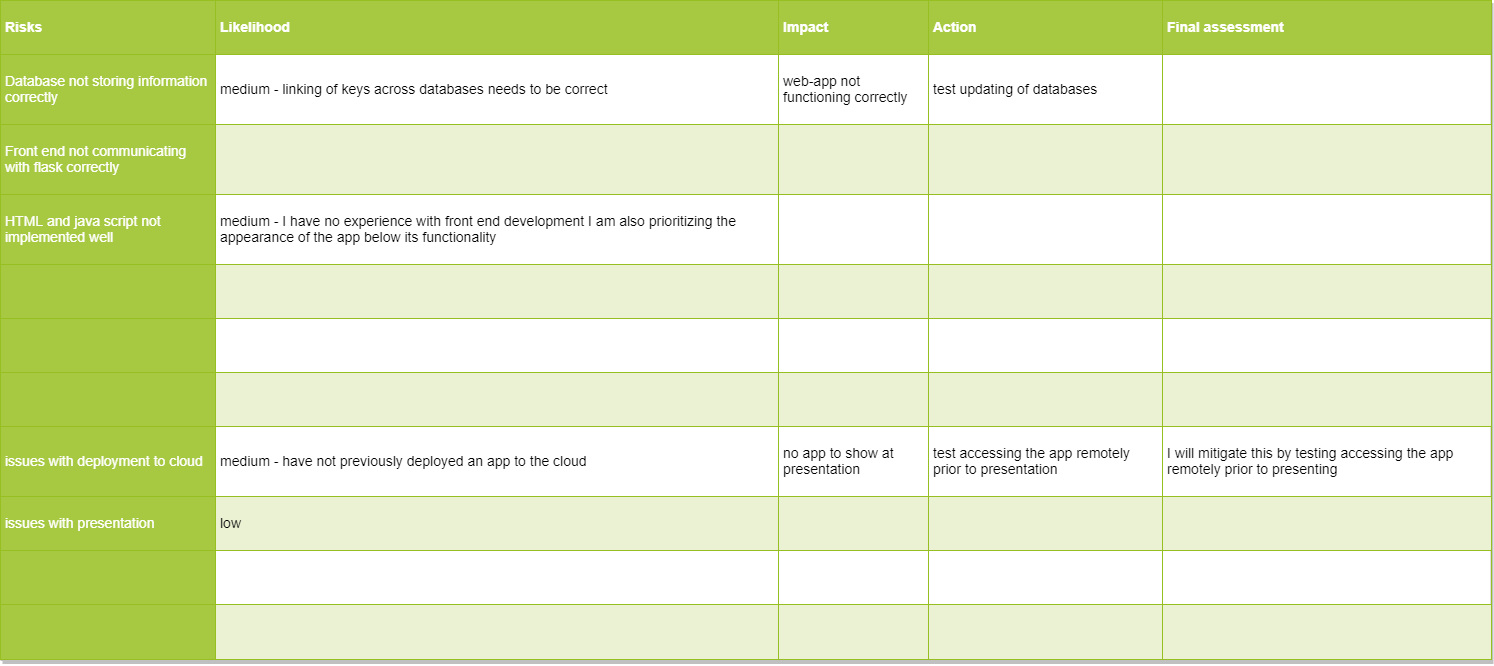
The draw.io diagram images/Risk_assesment.png in MattCrutchley/shoppinglist, before a commit. Source tidied: cells renumbered, new cells last; positions are measured from the earlier drawing's top-left corner, leaving out a move shared by most shapes.
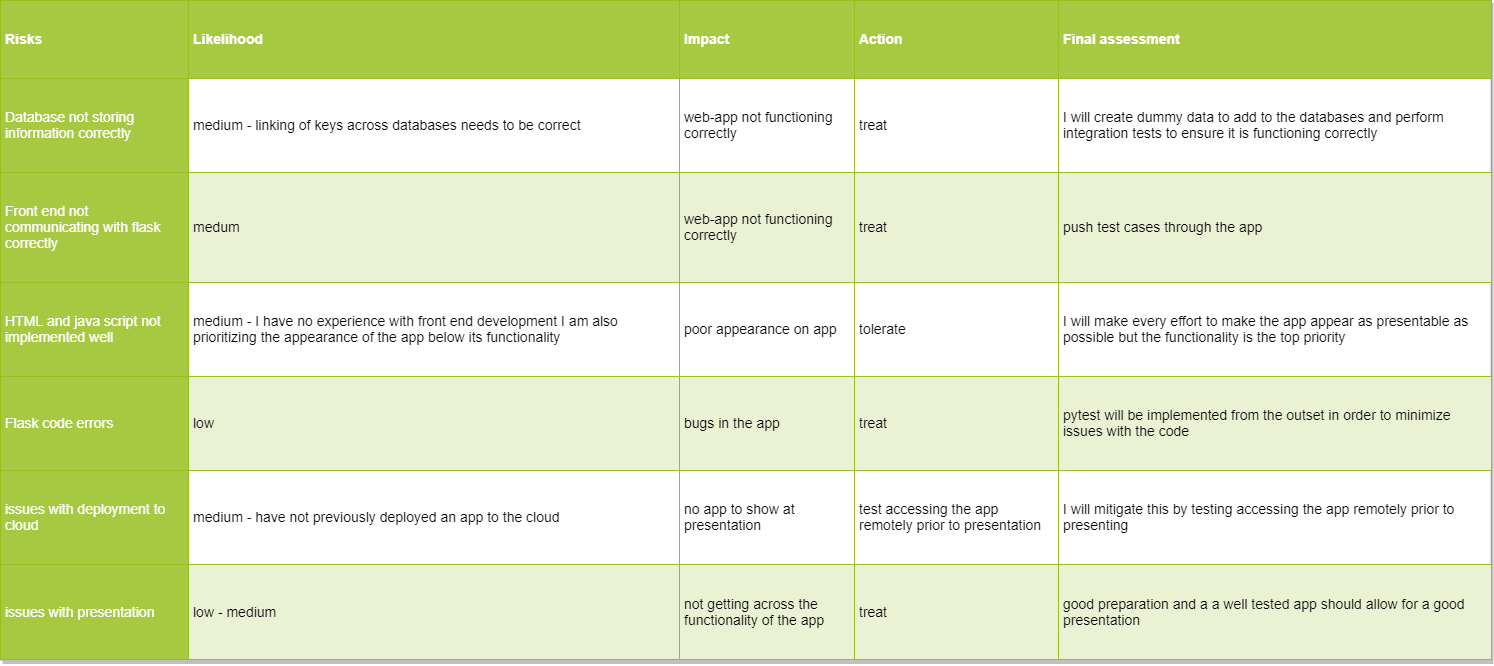
The same diagram one commit later.

Change to the diagram source:
```diff
@@ -2,7 +2,7 @@
   <root>
     <mxCell id="0" style="html=1;" />
     <mxCell id="1" style="html=1;" parent="0" />
-    <mxCell id="2" value="&lt;table border=&quot;1&quot; width=&quot;100%&quot; cellpadding=&quot;4&quot; style=&quot;width: 100% ; height: 100% ; border-collapse: collapse&quot; align=&quot;left&quot;&gt;&lt;tbody&gt;&lt;tr style=&quot;background-color: #a7c942 ; color: #ffffff ; border: 1px solid #98bf21&quot;&gt;&lt;th&gt;Risks&lt;/th&gt;&lt;th&gt;Likelihood&lt;/th&gt;&lt;th&gt;Impact&lt;/th&gt;&lt;th&gt;Action&lt;/th&gt;&lt;th&gt;Final assessment&lt;/th&gt;&lt;/tr&gt;&lt;tr style=&quot;border: 1px solid #98bf21&quot;&gt;&lt;td style=&quot;background-color: #a7c942 ; color: #ffffff ; border: 1px solid #98bf21&quot;&gt;Database not storing information correctly&lt;/td&gt;&lt;td&gt;medium - linking of keys across databases needs to be correct&lt;/td&gt;&lt;td&gt;web-app not functioning correctly&lt;/td&gt;&lt;td&gt;test updating of databases&lt;/td&gt;&lt;td&gt;&lt;br&gt;&lt;/td&gt;&lt;/tr&gt;&lt;tr style=&quot;background-color: #eaf2d3 ; border: 1px solid #98bf21&quot;&gt;&lt;td style=&quot;background-color: #a7c942 ; color: #ffffff ; border: 1px solid #98bf21&quot;&gt;Front end not communicating with flask correctly&lt;/td&gt;&lt;td&gt;&lt;/td&gt;&lt;td&gt;&lt;/td&gt;&lt;td&gt;&lt;br&gt;&lt;/td&gt;&lt;td&gt;&lt;br&gt;&lt;/td&gt;&lt;/tr&gt;&lt;tr style=&quot;border: 1px solid #98bf21&quot;&gt;&lt;td style=&quot;background-color: #a7c942 ; color: #ffffff ; border: 1px solid #98bf21&quot;&gt;HTML and java script not implemented well&lt;/td&gt;&lt;td&gt;medium - I have no experience with front end development I am also prioritizing the appearance of the app below its functionality&lt;/td&gt;&lt;td&gt;&lt;/td&gt;&lt;td&gt;&lt;br&gt;&lt;/td&gt;&lt;td&gt;&lt;br&gt;&lt;/td&gt;&lt;/tr&gt;&lt;tr style=&quot;background-color: #eaf2d3 ; border: 1px solid #98bf21&quot;&gt;&lt;td style=&quot;background-color: #a7c942 ; color: #ffffff ; border: 1px solid #98bf21&quot;&gt;&lt;br&gt;&lt;/td&gt;&lt;td&gt;&lt;/td&gt;&lt;td&gt;&lt;/td&gt;&lt;td&gt;&lt;br&gt;&lt;/td&gt;&lt;td&gt;&lt;br&gt;&lt;/td&gt;&lt;/tr&gt;&lt;tr style=&quot;border: 1px solid #98bf21&quot;&gt;&lt;td style=&quot;background-color: #a7c942 ; color: #ffffff ; border: 1px solid #98bf21&quot;&gt;&lt;br&gt;&lt;/td&gt;&lt;td&gt;&lt;br&gt;&lt;/td&gt;&lt;td&gt;&lt;br&gt;&lt;/td&gt;&lt;td&gt;&lt;br&gt;&lt;/td&gt;&lt;td&gt;&lt;br&gt;&lt;/td&gt;&lt;/tr&gt;&lt;tr style=&quot;background-color: #eaf2d3 ; border: 1px solid #98bf21&quot;&gt;&lt;td style=&quot;background-color: #a7c942 ; color: #ffffff ; border: 1px solid #98bf21&quot;&gt;&lt;br&gt;&lt;/td&gt;&lt;td&gt;&lt;br&gt;&lt;/td&gt;&lt;td&gt;&lt;br&gt;&lt;/td&gt;&lt;td&gt;&lt;br&gt;&lt;/td&gt;&lt;td&gt;&lt;br&gt;&lt;/td&gt;&lt;/tr&gt;&lt;tr style=&quot;border: 1px solid #98bf21&quot;&gt;&lt;td style=&quot;background-color: #a7c942 ; color: #ffffff ; border: 1px solid #98bf21&quot;&gt;issues with deployment to cloud&lt;/td&gt;&lt;td&gt;medium - have not previously deployed an app to the cloud&lt;/td&gt;&lt;td&gt;no app to show at presentation&lt;/td&gt;&lt;td&gt;test accessing the app remotely prior to presentation&lt;/td&gt;&lt;td style=&quot;word-wrap: break-word&quot;&gt;I will mitigate this by testing accessing the app remotely prior to presenting&lt;/td&gt;&lt;/tr&gt;&lt;tr style=&quot;background-color: #eaf2d3 ; border: 1px solid #98bf21&quot;&gt;&lt;td style=&quot;background-color: #a7c942 ; color: #ffffff ; border: 1px solid #98bf21&quot;&gt;issues with presentation&lt;/td&gt;&lt;td&gt;low&lt;/td&gt;&lt;td&gt;&lt;br&gt;&lt;/td&gt;&lt;td&gt;&lt;br&gt;&lt;/td&gt;&lt;td&gt;&lt;br&gt;&lt;/td&gt;&lt;/tr&gt;&lt;tr style=&quot;border: 1px solid #98bf21&quot;&gt;&lt;td style=&quot;background-color: #a7c942 ; color: #ffffff ; border: 1px solid #98bf21&quot;&gt;&lt;br&gt;&lt;/td&gt;&lt;td&gt;&lt;br&gt;&lt;/td&gt;&lt;td&gt;&lt;br&gt;&lt;/td&gt;&lt;td&gt;&lt;br&gt;&lt;/td&gt;&lt;td&gt;&lt;br&gt;&lt;/td&gt;&lt;/tr&gt;&lt;tr style=&quot;background-color: #eaf2d3 ; border: 1px solid #98bf21&quot;&gt;&lt;td style=&quot;background-color: #a7c942 ; color: #ffffff ; border: 1px solid #98bf21&quot;&gt;&lt;br&gt;&lt;/td&gt;&lt;td&gt;&lt;br&gt;&lt;/td&gt;&lt;td&gt;&lt;br&gt;&lt;/td&gt;&lt;td&gt;&lt;br&gt;&lt;/td&gt;&lt;td&gt;&lt;br&gt;&lt;/td&gt;&lt;/tr&gt;&lt;/tbody&gt;&lt;/table&gt;" style="text;html=1;strokeColor=#c0c0c0;fillColor=#ffffff;overflow=fill;rounded=0;shadow=1;fontSize=14;fontColor=#000000;whiteSpace=wrap;" parent="1" vertex="1">
+    <mxCell id="2" value="&lt;table border=&quot;1&quot; width=&quot;100%&quot; cellpadding=&quot;4&quot; style=&quot;width: 100% ; height: 100% ; border-collapse: collapse&quot; align=&quot;left&quot;&gt;&lt;tbody&gt;&lt;tr style=&quot;background-color: #a7c942 ; color: #ffffff ; border: 1px solid #98bf21&quot;&gt;&lt;th&gt;Risks&lt;/th&gt;&lt;th&gt;Likelihood&lt;/th&gt;&lt;th&gt;Impact&lt;/th&gt;&lt;th&gt;Action&lt;/th&gt;&lt;th&gt;Final assessment&lt;/th&gt;&lt;/tr&gt;&lt;tr style=&quot;border: 1px solid #98bf21&quot;&gt;&lt;td style=&quot;background-color: #a7c942 ; color: #ffffff ; border: 1px solid #98bf21&quot;&gt;Database not storing information correctly&lt;/td&gt;&lt;td&gt;medium - linking of keys across databases needs to be correct&lt;/td&gt;&lt;td&gt;web-app not functioning correctly&lt;/td&gt;&lt;td&gt;treat&lt;/td&gt;&lt;td&gt;I will create dummy data to add to the databases and perform integration tests to ensure it is functioning correctly&lt;/td&gt;&lt;/tr&gt;&lt;tr style=&quot;background-color: #eaf2d3 ; border: 1px solid #98bf21&quot;&gt;&lt;td style=&quot;background-color: #a7c942 ; color: #ffffff ; border: 1px solid #98bf21&quot;&gt;Front end not communicating with flask correctly&lt;/td&gt;&lt;td&gt;medum&amp;nbsp;&lt;/td&gt;&lt;td&gt;web-app not functioning correctly&lt;span style=&quot;white-space: pre&quot;&gt;&#9;&lt;/span&gt;&lt;/td&gt;&lt;td&gt;treat&lt;/td&gt;&lt;td&gt;push test cases through the app&lt;/td&gt;&lt;/tr&gt;&lt;tr style=&quot;border: 1px solid #98bf21&quot;&gt;&lt;td style=&quot;background-color: #a7c942 ; color: #ffffff ; border: 1px solid #98bf21&quot;&gt;HTML and java script not implemented well&lt;/td&gt;&lt;td&gt;medium - I have no experience with front end development I am also prioritizing the appearance of the app below its functionality&lt;/td&gt;&lt;td&gt;poor appearance on app&lt;/td&gt;&lt;td&gt;tolerate&lt;/td&gt;&lt;td&gt;I will make every effort to make the app appear as presentable as possible but the functionality is the top priority&lt;/td&gt;&lt;/tr&gt;&lt;tr style=&quot;background-color: #eaf2d3 ; border: 1px solid #98bf21&quot;&gt;&lt;td style=&quot;background-color: #a7c942 ; color: #ffffff ; border: 1px solid #98bf21&quot;&gt;Flask code errors&lt;/td&gt;&lt;td&gt;low&lt;/td&gt;&lt;td&gt;bugs in the app&lt;/td&gt;&lt;td&gt;treat&lt;/td&gt;&lt;td&gt;pytest will be implemented from the outset in order to minimize issues with the code&lt;/td&gt;&lt;/tr&gt;&lt;tr style=&quot;border: 1px solid #98bf21&quot;&gt;&lt;td style=&quot;background-color: #a7c942 ; color: #ffffff ; border: 1px solid #98bf21&quot;&gt;issues with deployment to cloud&lt;/td&gt;&lt;td&gt;medium - have not previously deployed an app to the cloud&lt;/td&gt;&lt;td&gt;no app to show at presentation&lt;/td&gt;&lt;td&gt;test accessing the app remotely prior to presentation&lt;/td&gt;&lt;td style=&quot;word-wrap: break-word&quot;&gt;I will mitigate this by testing accessing the app remotely prior to presenting&lt;/td&gt;&lt;/tr&gt;&lt;tr style=&quot;background-color: #eaf2d3 ; border: 1px solid #98bf21&quot;&gt;&lt;td style=&quot;background-color: #a7c942 ; color: #ffffff ; border: 1px solid #98bf21&quot;&gt;issues with presentation&lt;/td&gt;&lt;td&gt;low - medium&lt;/td&gt;&lt;td&gt;not getting across the functionality of the app&lt;/td&gt;&lt;td&gt;treat&lt;/td&gt;&lt;td&gt;good preparation and a a well tested app should allow for a good presentation&lt;/td&gt;&lt;/tr&gt;&lt;/tbody&gt;&lt;/table&gt;" style="text;html=1;strokeColor=#c0c0c0;fillColor=#ffffff;overflow=fill;rounded=0;shadow=1;fontSize=14;fontColor=#000000;whiteSpace=wrap;" parent="1" vertex="1">
       <mxGeometry width="1490" height="660" as="geometry" />
     </mxCell>
   </root>
```
